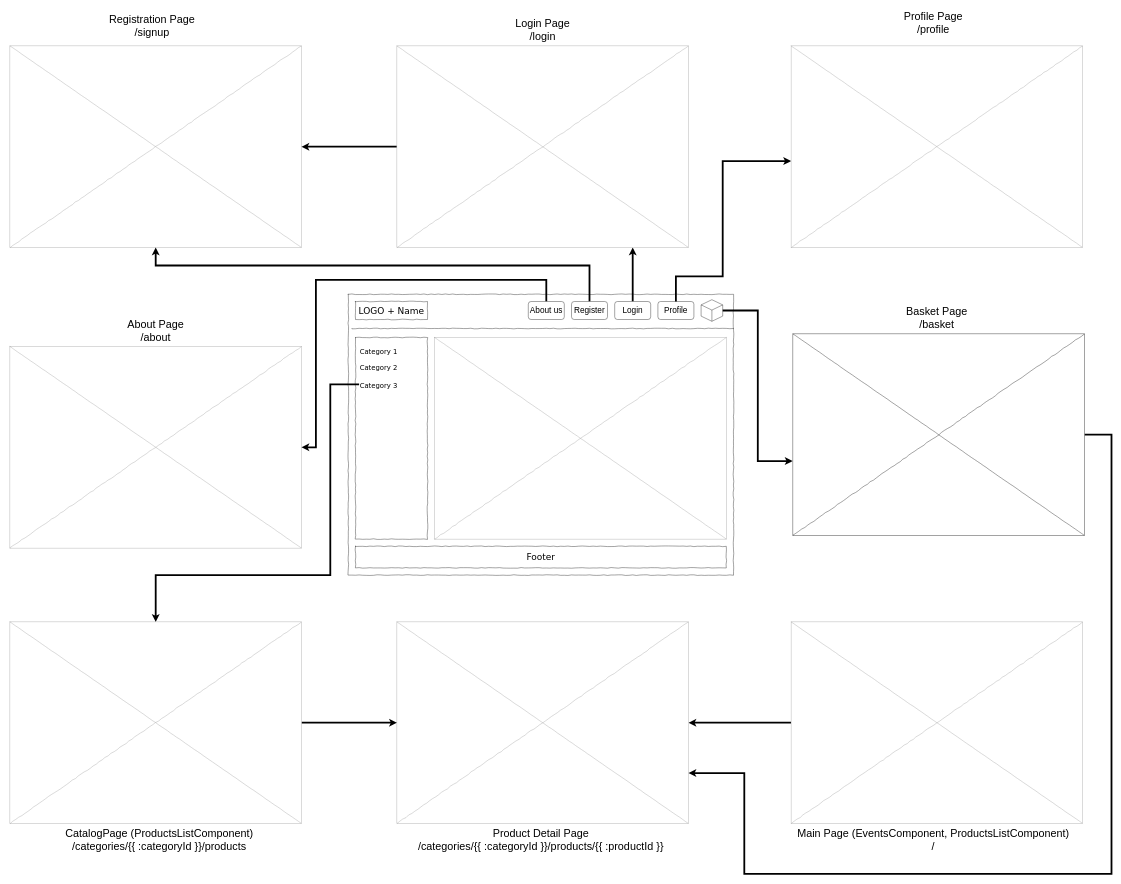
Before: homeware_hub.drawio in Gromov-Roman/diagrams, a draw.io diagram. Source tidied: cells renumbered, new cells numbered last; positions are measured from the earlier drawing's top-left corner, leaving out a move shared by most shapes. Both pictures are drawn from the tidied source at 36%, with x=0, y=0 at pixel (6, 6).
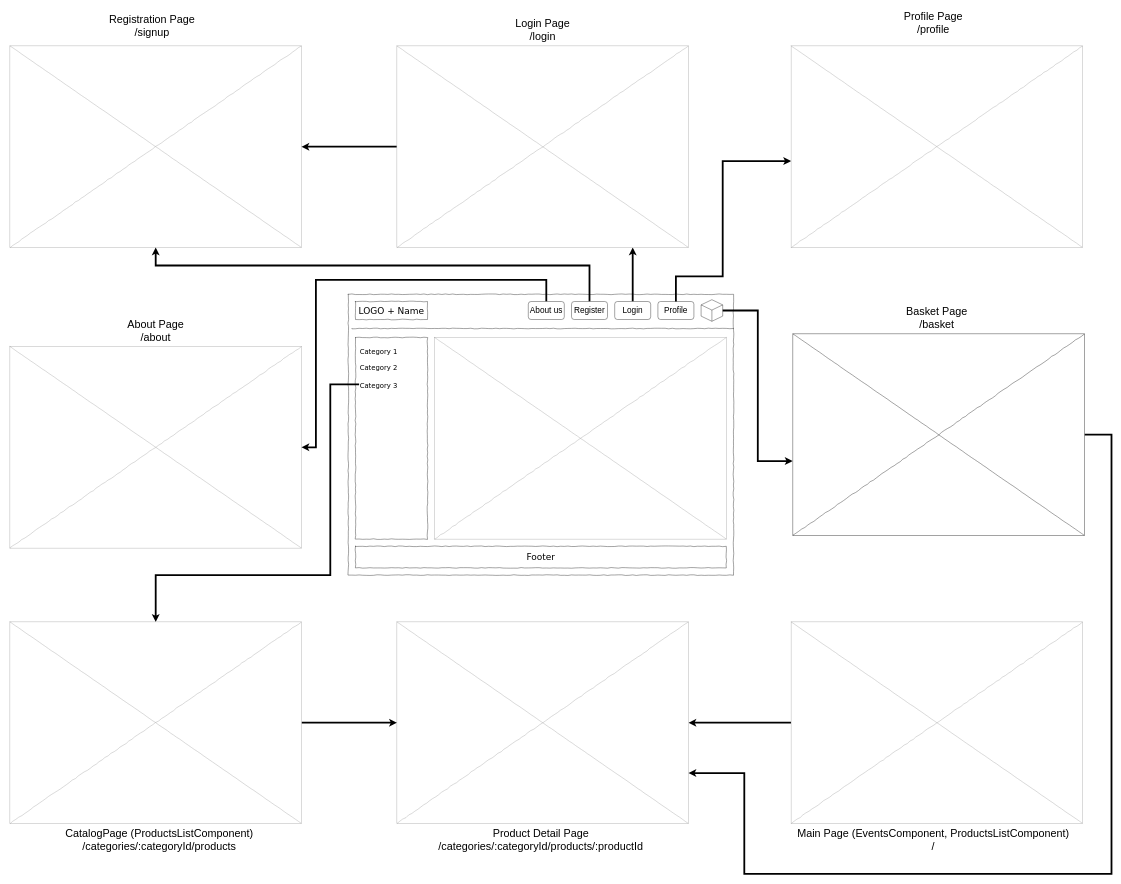
The same diagram, later.

Change to the diagram source:
```diff
@@
-    <mxCell id="35" value="CatalogPage (ProductsListComponent)&lt;div&gt;/categories/{{ :categoryId }}/products&lt;/div&gt;" style="text;strokeColor=none;align=center;fillColor=none;html=1;verticalAlign=middle;whiteSpace=wrap;rounded=0;fontSize=30;labelBackgroundColor=none;labelBorderColor=none;" parent="1" vertex="1">
+    <mxCell id="35" value="CatalogPage (ProductsListComponent)&lt;div&gt;/categories/:categoryId/products&lt;/div&gt;" style="text;strokeColor=none;align=center;fillColor=none;html=1;verticalAlign=middle;whiteSpace=wrap;rounded=0;fontSize=30;labelBackgroundColor=none;labelBorderColor=none;" parent="1" vertex="1">
       <mxGeometry x="20" y="2270" width="810" height="90" as="geometry" />
     </mxCell>
-    <mxCell id="36" value="Product Detail Page&lt;div&gt;/categories/{{ :categoryId }}/products/{{ :productId }}&lt;/div&gt;" style="text;strokeColor=none;align=center;fillColor=none;html=1;verticalAlign=middle;whiteSpace=wrap;rounded=0;fontSize=30;labelBackgroundColor=none;labelBorderColor=none;" parent="1" vertex="1">
+    <mxCell id="36" value="Product Detail Page&lt;div&gt;/categories/:categoryId/products/:productId&lt;/div&gt;" style="text;strokeColor=none;align=center;fillColor=none;html=1;verticalAlign=middle;whiteSpace=wrap;rounded=0;fontSize=30;labelBackgroundColor=none;labelBorderColor=none;" parent="1" vertex="1">
       <mxGeometry x="1080" y="2270" width="810" height="90" as="geometry" />
     </mxCell>
```
